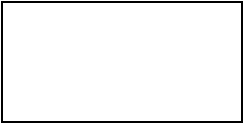
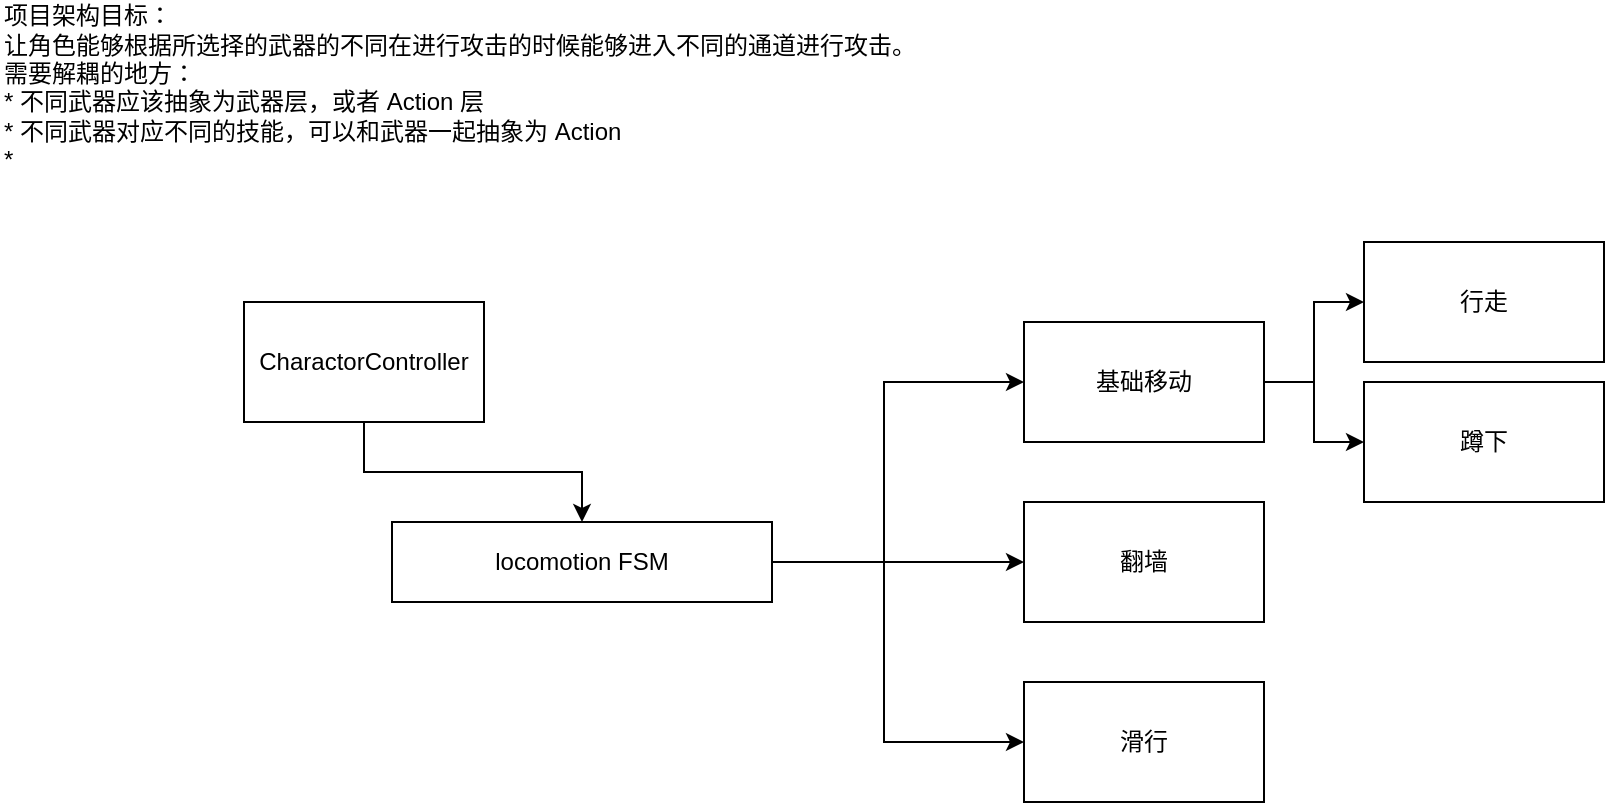
<mxfile host="app.diagrams.net" agent="Mozilla/5.0 (Windows NT 10.0; Win64; x64) AppleWebKit/537.36 (KHTML, like Gecko) Chrome/150.0.0.0 Safari/537.36 Edg/150.0.0.0">
  <diagram name="第 1 页" id="RneQ-lAXavWJF0wWTyo0">
-     <mxGraphModel dx="1354" dy="820" grid="1" gridSize="10" guides="1" tooltips="1" connect="1" arrows="1" fold="1" page="1" pageScale="1" pageWidth="827" pageHeight="1142" math="0" shadow="0">
+     <mxGraphModel dx="1482" dy="852" grid="1" gridSize="10" guides="1" tooltips="1" connect="1" arrows="1" fold="1" page="1" pageScale="1" pageWidth="827" pageHeight="1142" math="0" shadow="0">
      <root>
        <mxCell id="0" />
        <mxCell id="1" parent="0" />
-         <mxCell id="tWkimQcVhNyBGdeILhYm-1" parent="1" style="rounded=0;whiteSpace=wrap;html=1;" value="" vertex="1">
+         <mxCell id="P79LNxg_lGs8P4HROXfw-2" edge="1" parent="1" source="tWkimQcVhNyBGdeILhYm-1" style="edgeStyle=orthogonalEdgeStyle;rounded=0;orthogonalLoop=1;jettySize=auto;html=1;" target="P79LNxg_lGs8P4HROXfw-1" value="">
+           <mxGeometry relative="1" as="geometry" />
+         </mxCell>
+         <mxCell id="tWkimQcVhNyBGdeILhYm-1" parent="1" style="rounded=0;whiteSpace=wrap;html=1;" value="CharactorController" vertex="1">
          <mxGeometry height="60" width="120" x="150" y="160" as="geometry" />
+         </mxCell>
+         <mxCell id="P79LNxg_lGs8P4HROXfw-5" edge="1" parent="1" source="P79LNxg_lGs8P4HROXfw-1" style="edgeStyle=orthogonalEdgeStyle;rounded=0;orthogonalLoop=1;jettySize=auto;html=1;entryX=0;entryY=0.5;entryDx=0;entryDy=0;" target="P79LNxg_lGs8P4HROXfw-4" value="">
+           <mxGeometry relative="1" as="geometry">
+             <Array as="points">
+               <mxPoint x="470" y="290" />
+               <mxPoint x="470" y="200" />
+             </Array>
+           </mxGeometry>
+         </mxCell>
+         <mxCell id="P79LNxg_lGs8P4HROXfw-7" edge="1" parent="1" source="P79LNxg_lGs8P4HROXfw-1" style="edgeStyle=orthogonalEdgeStyle;rounded=0;orthogonalLoop=1;jettySize=auto;html=1;entryX=0;entryY=0.5;entryDx=0;entryDy=0;" target="P79LNxg_lGs8P4HROXfw-6" value="">
+           <mxGeometry relative="1" as="geometry">
+             <Array as="points">
+               <mxPoint x="520" y="290" />
+               <mxPoint x="520" y="290" />
+             </Array>
+           </mxGeometry>
+         </mxCell>
+         <mxCell id="P79LNxg_lGs8P4HROXfw-9" edge="1" parent="1" source="P79LNxg_lGs8P4HROXfw-1" style="edgeStyle=orthogonalEdgeStyle;rounded=0;orthogonalLoop=1;jettySize=auto;html=1;entryX=0;entryY=0.5;entryDx=0;entryDy=0;" target="P79LNxg_lGs8P4HROXfw-8">
+           <mxGeometry relative="1" as="geometry">
+             <Array as="points">
+               <mxPoint x="470" y="290" />
+               <mxPoint x="470" y="380" />
+             </Array>
+           </mxGeometry>
+         </mxCell>
+         <mxCell id="P79LNxg_lGs8P4HROXfw-1" parent="1" style="whiteSpace=wrap;html=1;rounded=0;" value="locomotion FSM" vertex="1">
+           <mxGeometry height="40" width="190" x="224" y="270" as="geometry" />
+         </mxCell>
+         <mxCell id="P79LNxg_lGs8P4HROXfw-3" parent="1" style="text;html=1;whiteSpace=wrap;strokeColor=none;fillColor=none;align=left;verticalAlign=middle;rounded=0;" value="项目架构目标：&lt;div&gt;让角色能够根据所选择的武器的不同在进行攻击的时候能够进入不同的通道进行攻击。&lt;br&gt;需要解耦的地方：&lt;br&gt;* 不同武器应该抽象为武器层，或者 Action 层&lt;/div&gt;&lt;div&gt;* 不同武器对应不同的技能，可以和武器一起抽象为 Action&lt;/div&gt;&lt;div&gt;*&amp;nbsp;&lt;br&gt;&lt;br&gt;&lt;/div&gt;" vertex="1">
+           <mxGeometry height="100" width="772" x="28" y="10" as="geometry" />
+         </mxCell>
+         <mxCell id="P79LNxg_lGs8P4HROXfw-11" edge="1" parent="1" source="P79LNxg_lGs8P4HROXfw-4" style="edgeStyle=orthogonalEdgeStyle;rounded=0;orthogonalLoop=1;jettySize=auto;html=1;" target="P79LNxg_lGs8P4HROXfw-10" value="">
+           <mxGeometry relative="1" as="geometry" />
+         </mxCell>
+         <mxCell id="P79LNxg_lGs8P4HROXfw-13" edge="1" parent="1" source="P79LNxg_lGs8P4HROXfw-4" style="edgeStyle=orthogonalEdgeStyle;rounded=0;orthogonalLoop=1;jettySize=auto;html=1;entryX=0;entryY=0.5;entryDx=0;entryDy=0;" target="P79LNxg_lGs8P4HROXfw-12">
+           <mxGeometry relative="1" as="geometry" />
+         </mxCell>
+         <mxCell id="P79LNxg_lGs8P4HROXfw-4" parent="1" style="whiteSpace=wrap;html=1;rounded=0;" value="基础移动" vertex="1">
+           <mxGeometry height="60" width="120" x="540" y="170" as="geometry" />
+         </mxCell>
+         <mxCell id="P79LNxg_lGs8P4HROXfw-6" parent="1" style="whiteSpace=wrap;html=1;rounded=0;" value="翻墙" vertex="1">
+           <mxGeometry height="60" width="120" x="540" y="260" as="geometry" />
+         </mxCell>
+         <mxCell id="P79LNxg_lGs8P4HROXfw-8" parent="1" style="whiteSpace=wrap;html=1;rounded=0;" value="滑行" vertex="1">
+           <mxGeometry height="60" width="120" x="540" y="350" as="geometry" />
+         </mxCell>
+         <mxCell id="P79LNxg_lGs8P4HROXfw-10" parent="1" style="whiteSpace=wrap;html=1;rounded=0;" value="行走" vertex="1">
+           <mxGeometry height="60" width="120" x="710" y="130" as="geometry" />
+         </mxCell>
+         <mxCell id="P79LNxg_lGs8P4HROXfw-12" parent="1" style="whiteSpace=wrap;html=1;rounded=0;" value="蹲下" vertex="1">
+           <mxGeometry height="60" width="120" x="710" y="200" as="geometry" />
        </mxCell>
      </root>
    </mxGraphModel>
  </diagram>
</mxfile>
